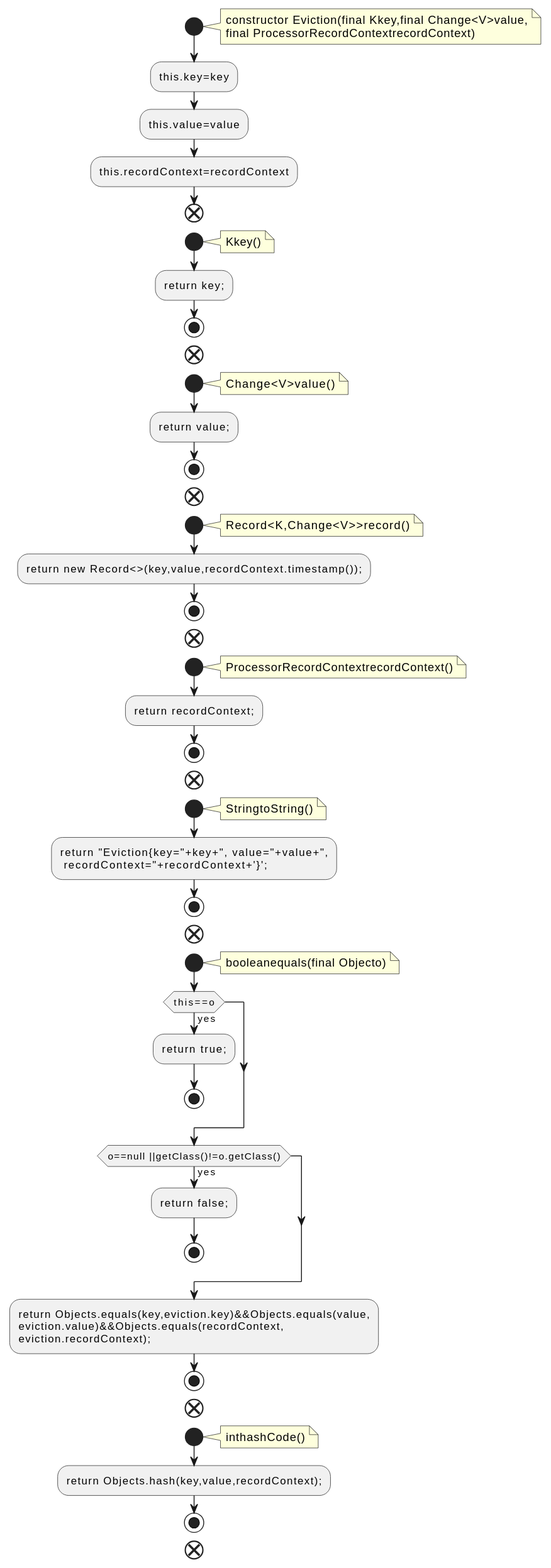
qualitesys/kafka keeps this PlantUML diagram as docs/qc/streams/src/main/java/org/apache/kafka/streams/state/internals/TimeOrderedKeyValueBuffer.java.fct.svg. Above is the earlier version.
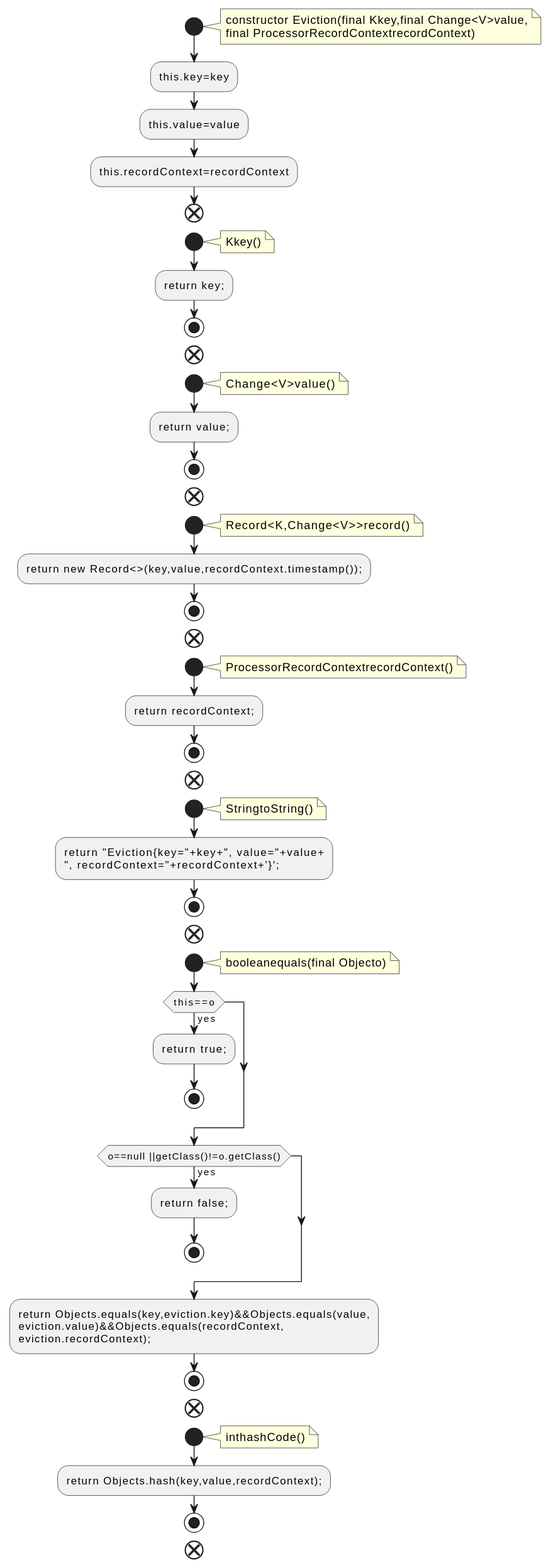
Above is the later version.

What changed in the source:
```diff
@@ -41,8 +41,8 @@
 note right
 StringtoString()
 end note
-:return "Eviction{key="+key+", value="+value+",
- recordContext="+recordContext+'}';;
+:return "Eviction{key="+key+", value="+value+
+", recordContext="+recordContext+'}';;
 stop
 end
 start
```
